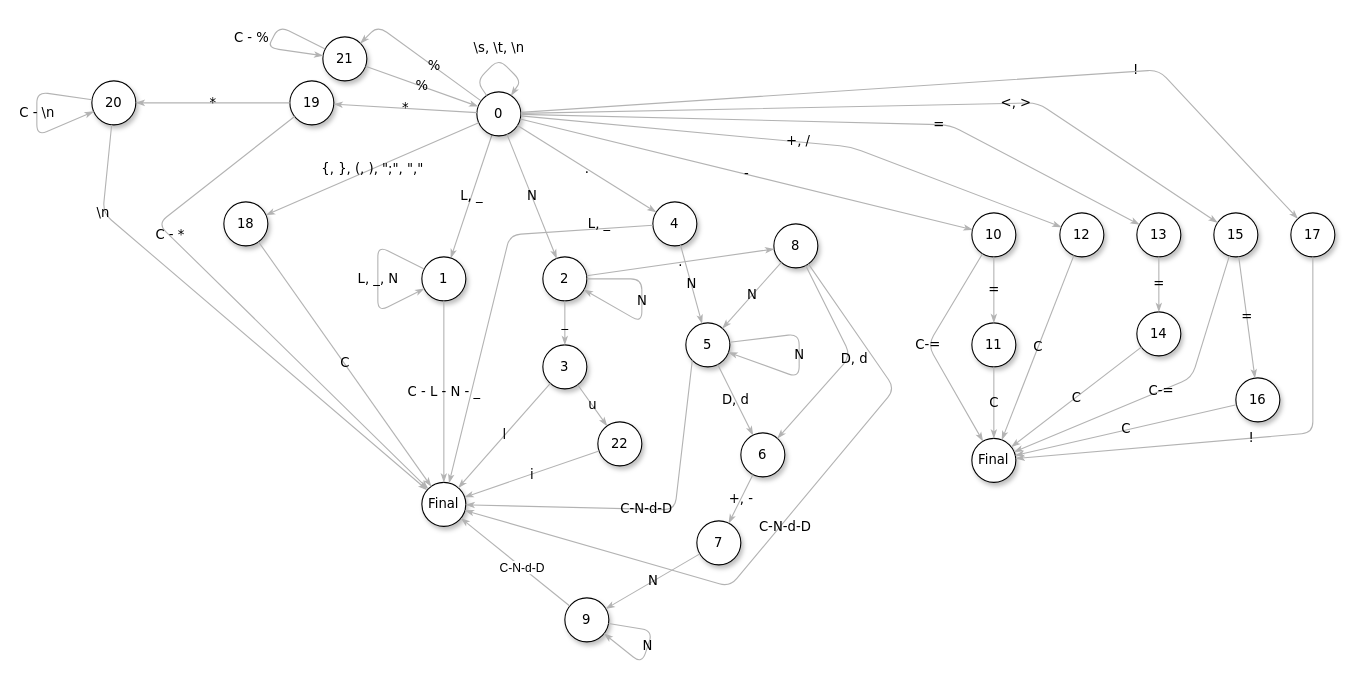
Earlier version of the draw.io diagram docs/automata.drawio (fnicolasmedioli/compilador). Source tidied: cells renumbered, new cells numbered last; positions are measured from the earlier drawing's top-left corner, leaving out a move shared by most shapes. Both pictures are drawn from the tidied source at 110%, with x=0, y=0 at pixel (36, 25).
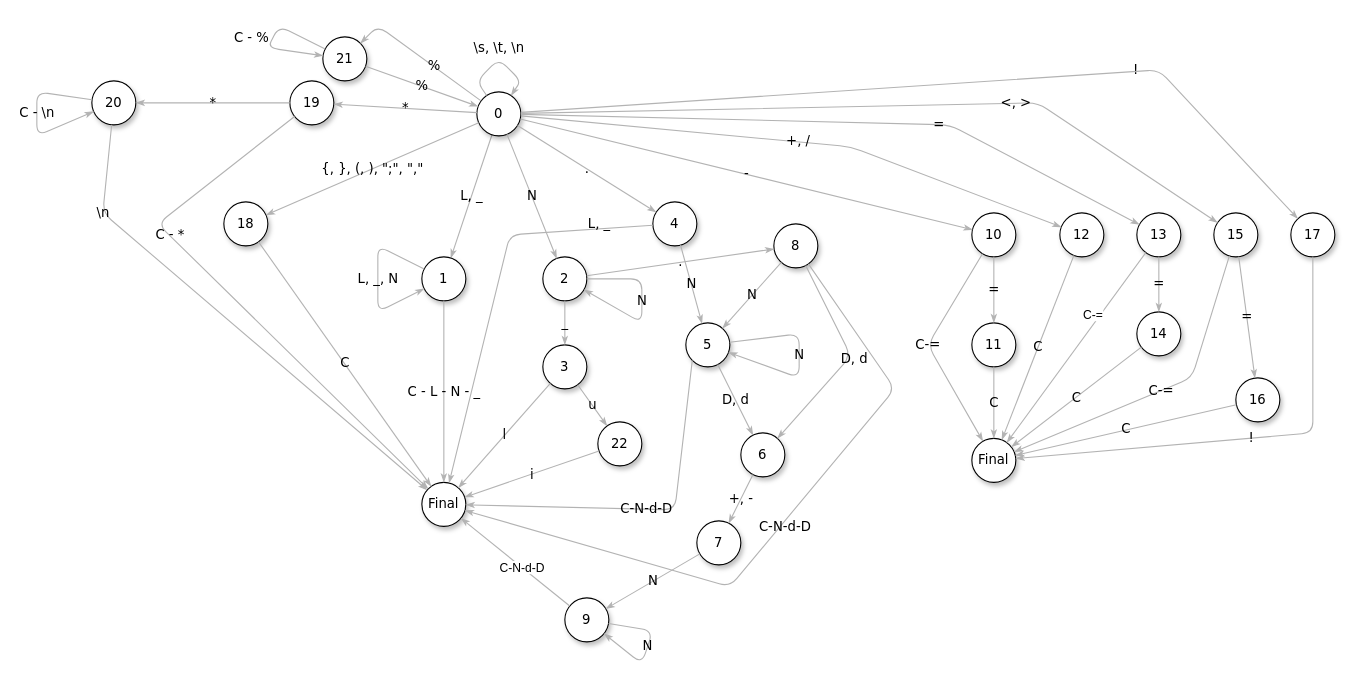
The same diagram, later.

Commit message (it also covers changes not shown here):
add assignment operator to lexical and automata

Unchanged cells that the change refers to:
```xml
<mxCell id="37" value="Final" style="ellipse;whiteSpace=wrap;html=1;rounded=0;shadow=1;comic=0;labelBackgroundColor=none;strokeWidth=1;fontFamily=Verdana;fontSize=12;align=center;" parent="1" vertex="1">
  <mxGeometry x="850" y="375" width="40" height="40" as="geometry" />
</mxCell>
<mxCell id="43" value="13" style="ellipse;whiteSpace=wrap;html=1;rounded=0;shadow=1;comic=0;labelBackgroundColor=none;strokeWidth=1;fontFamily=Verdana;fontSize=12;align=center;" parent="1" vertex="1">
  <mxGeometry x="1000" y="170" width="40" height="40" as="geometry" />
</mxCell>
```

Diff of the diagram source:
```diff
@@
+    <mxCell id="76" value="&#10;&lt;span style=&quot;color: rgb(0, 0, 0); font-family: Helvetica; font-size: 11px; font-style: normal; font-variant-ligatures: normal; font-variant-caps: normal; font-weight: 400; letter-spacing: normal; orphans: 2; text-align: center; text-indent: 0px; text-transform: none; widows: 2; word-spacing: 0px; -webkit-text-stroke-width: 0px; background-color: rgb(255, 255, 255); text-decoration-thickness: initial; text-decoration-style: initial; text-decoration-color: initial; float: none; display: inline !important;&quot;&gt;C-=&lt;/span&gt;&#10;&#10;" style="edgeStyle=none;rounded=1;html=1;labelBackgroundColor=none;startArrow=none;startFill=0;startSize=5;endArrow=classicThin;endFill=1;endSize=5;jettySize=auto;strokeColor=#B3B3B3;strokeWidth=1;fontFamily=Verdana;fontSize=12;" parent="1" edge="1" source="43" target="37">
+      <mxGeometry x="-0.25" y="-1" relative="1" as="geometry" />
+    </mxCell>
```
